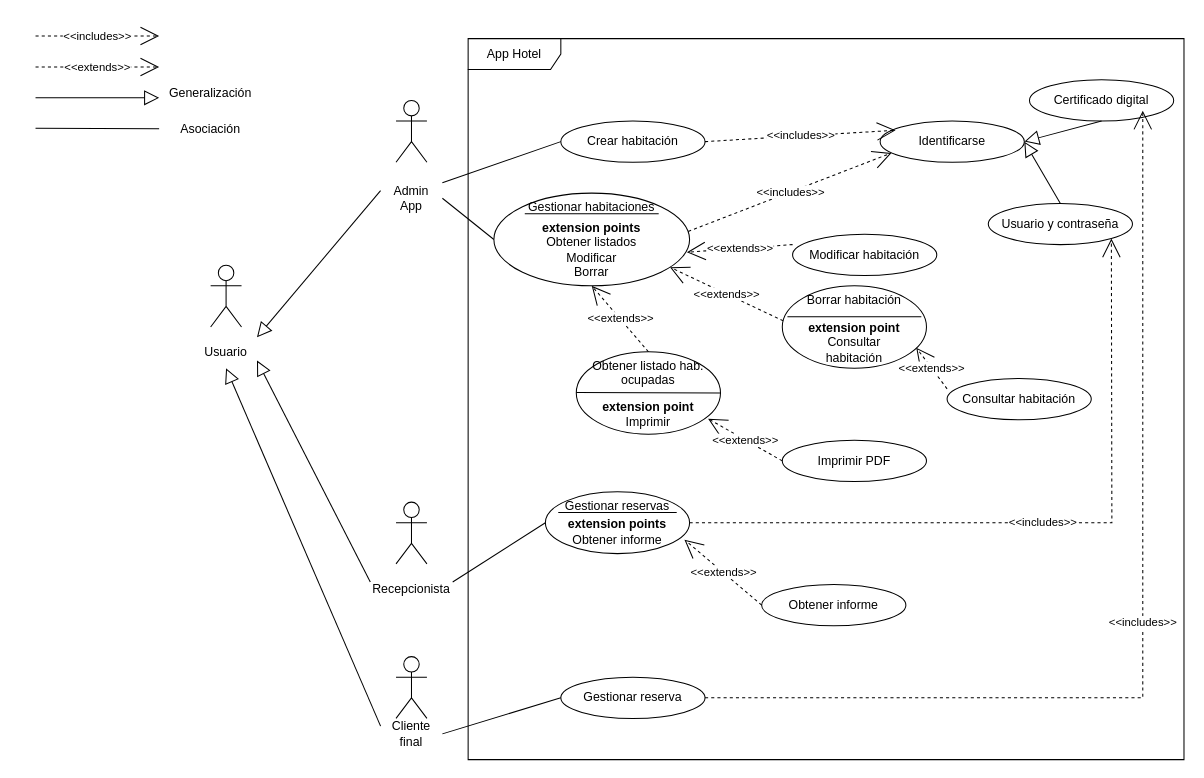
Above: U6T4.drawio in memfu/EntornosDesarrollo (draw.io), before the change. Source tidied: cells renumbered, new cells numbered last; positions are measured from the earlier drawing's top-left corner, leaving out a move shared by most shapes. Both pictures are drawn from the tidied source at 103%, with x=0, y=0 at pixel (35, 36).
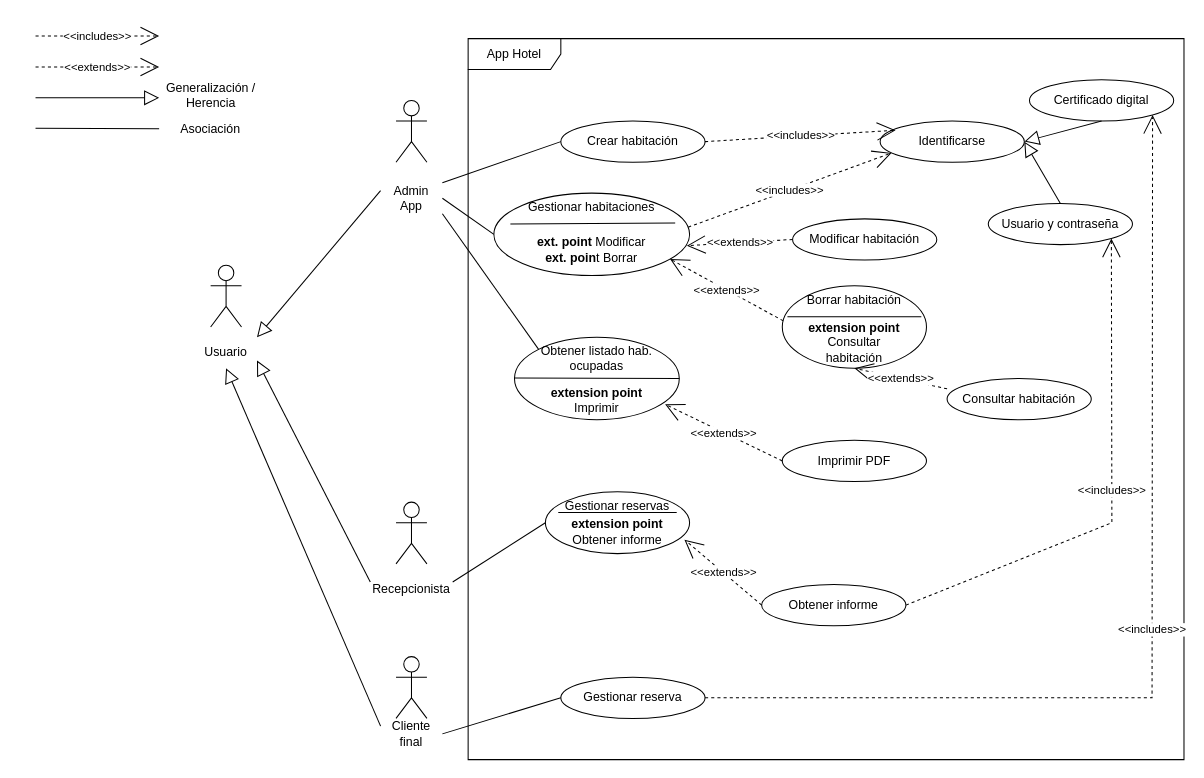
The same page after the edit.

The change refers to these unchanged cells:
```xml
<mxCell id="5" value="Admin App" style="text;strokeColor=none;align=center;fillColor=none;html=1;verticalAlign=middle;whiteSpace=wrap;rounded=0;" parent="1" vertex="1">
  <mxGeometry x="335" y="142" width="60" height="30" as="geometry" />
</mxCell>
<mxCell id="10" value="Usuario y contraseña" style="ellipse;whiteSpace=wrap;html=1;" parent="1" vertex="1">
  <mxGeometry x="925" y="162" width="140" height="40" as="geometry" />
</mxCell>
<mxCell id="11" value="Certificado digital" style="ellipse;whiteSpace=wrap;html=1;" parent="1" vertex="1">
  <mxGeometry x="965" y="42" width="140" height="40" as="geometry" />
</mxCell>
<mxCell id="21" value="Gestionar reservas" style="ellipse;whiteSpace=wrap;html=1;verticalAlign=top;" parent="1" vertex="1">
  <mxGeometry x="495" y="442" width="140" height="60" as="geometry" />
</mxCell>
<mxCell id="23" value="Gestionar reserva" style="ellipse;whiteSpace=wrap;html=1;" parent="1" vertex="1">
  <mxGeometry x="510" y="622" width="140" height="40" as="geometry" />
</mxCell>
<mxCell id="41" style="group;labelPosition=center;verticalLabelPosition=middle;align=center;verticalAlign=top;" parent="1" vertex="1">
  <mxGeometry x="495" y="152" width="140" height="90" as="geometry" />
</mxCell>
<mxCell id="49" value="Borrar habitación" style="ellipse;whiteSpace=wrap;html=1;verticalAlign=top;" parent="48" vertex="1">
  <mxGeometry width="140" height="80" as="geometry" />
</mxCell>
<mxCell id="53" value="Consultar habitación" style="ellipse;whiteSpace=wrap;html=1;" parent="1" vertex="1">
  <mxGeometry x="885" y="332" width="140" height="40" as="geometry" />
</mxCell>
<mxCell id="54" value="Obtener informe" style="ellipse;whiteSpace=wrap;html=1;" parent="1" vertex="1">
  <mxGeometry x="705" y="532" width="140" height="40" as="geometry" />
</mxCell>
```

The edit, as a diff of the source:
```diff
@@
     <mxCell id="16" style="group;" parent="1" vertex="1">
-      <mxGeometry x="525" y="306" width="140" height="80" as="geometry" />
+      <mxGeometry x="465" y="292" width="160" height="80" as="geometry" />
     </mxCell>
     <mxCell id="17" value="Obtener listado hab. ocupadas" style="ellipse;whiteSpace=wrap;html=1;verticalAlign=top;" parent="16" vertex="1">
-      <mxGeometry width="140" height="80" as="geometry" />
+      <mxGeometry width="160" height="80" as="geometry" />
     </mxCell>
     <mxCell id="18" value="&lt;div&gt;&lt;b&gt;extension point&lt;/b&gt;&lt;/div&gt;&lt;div&gt;Imprimir&lt;br&gt;&lt;/div&gt;" style="text;strokeColor=none;align=center;fillColor=none;html=1;verticalAlign=middle;whiteSpace=wrap;rounded=0;" parent="16" vertex="1">
-      <mxGeometry x="20" y="46" width="100" height="30" as="geometry" />
+      <mxGeometry x="22.9" y="46" width="114.3" height="30" as="geometry" />
     </mxCell>
@@
-    <mxCell id="22" value="&amp;lt;&amp;lt;includes&amp;gt;&amp;gt;" style="endArrow=open;endSize=16;endFill=0;html=1;rounded=0;exitX=1;exitY=0.5;exitDx=0;exitDy=0;dashed=1;entryX=1;entryY=1;entryDx=0;entryDy=0;" parent="1" edge="1" source="21" target="10">
+    <mxCell id="22" value="&amp;lt;&amp;lt;includes&amp;gt;&amp;gt;" style="endArrow=open;endSize=16;endFill=0;html=1;rounded=0;exitX=1;exitY=0.5;exitDx=0;exitDy=0;dashed=1;entryX=1;entryY=1;entryDx=0;entryDy=0;" parent="1" edge="1" source="54" target="10">
       <mxGeometry relative="1" as="geometry">
         <Array as="points">
           <mxPoint x="1045" y="472" />
         </Array>
       </mxGeometry>
     </mxCell>
@@
-    <mxCell id="37" value="Generalización" style="text;strokeColor=none;align=center;fillColor=none;html=1;verticalAlign=middle;whiteSpace=wrap;rounded=0;" parent="1" vertex="1">
-      <mxGeometry x="140" y="39.5" width="60" height="30" as="geometry" />
+    <mxCell id="37" value="Generalización / Herencia" style="text;strokeColor=none;align=center;fillColor=none;html=1;verticalAlign=middle;whiteSpace=wrap;rounded=0;" parent="1" vertex="1">
+      <mxGeometry x="122.5" y="42" width="95" height="30" as="geometry" />
     </mxCell>
@@
     <mxCell id="42" value="Gestionar habitaciones" style="ellipse;whiteSpace=wrap;html=1;verticalAlign=top;" parent="41" vertex="1">
-      <mxGeometry x="-50" width="190" height="90" as="geometry" />
+      <mxGeometry x="-50" width="190" height="80" as="geometry" />
     </mxCell>
-    <mxCell id="43" value="&lt;div&gt;&lt;b&gt;extension points&lt;/b&gt;&lt;/div&gt;&lt;div&gt;Obtener listados&lt;br&gt;&lt;/div&gt;&lt;div&gt;Modificar&lt;/div&gt;&lt;div&gt;Borrar&lt;br&gt;&lt;/div&gt;" style="text;strokeColor=none;align=center;fillColor=none;html=1;verticalAlign=middle;whiteSpace=wrap;rounded=0;" parent="41" vertex="1">
+    <mxCell id="43" value="&lt;div&gt;&lt;b&gt;ext. point&lt;/b&gt; Modificar&lt;/div&gt;&lt;div&gt;&lt;b&gt;ext. poin&lt;/b&gt;t Borrar&lt;br&gt;&lt;/div&gt;" style="text;strokeColor=none;align=center;fillColor=none;html=1;verticalAlign=middle;whiteSpace=wrap;rounded=0;" parent="41" vertex="1">
       <mxGeometry x="-20" y="40" width="130" height="30" as="geometry" />
     </mxCell>
     <mxCell id="44" style="edgeStyle=none;orthogonalLoop=1;jettySize=auto;html=1;rounded=0;endArrow=none;endFill=0;" parent="41" edge="1">
       <mxGeometry relative="1" as="geometry">
-        <mxPoint x="-20" y="20" as="sourcePoint" />
-        <mxPoint x="110" y="20" as="targetPoint" />
+        <mxPoint x="-34" y="30" as="sourcePoint" />
+        <mxPoint x="126" y="29" as="targetPoint" />
       </mxGeometry>
     </mxCell>
-    <mxCell id="45" value="&amp;lt;&amp;lt;extends&amp;gt;&amp;gt;" style="endArrow=open;endSize=16;endFill=0;html=1;rounded=0;dashed=1;entryX=0.986;entryY=0.638;entryDx=0;entryDy=0;exitX=0;exitY=0.25;exitDx=0;exitDy=0;entryPerimeter=0;exitPerimeter=0;" parent="1" edge="1" source="46" target="42">
+    <mxCell id="45" value="&amp;lt;&amp;lt;extends&amp;gt;&amp;gt;" style="endArrow=open;endSize=16;endFill=0;html=1;rounded=0;dashed=1;entryX=0.986;entryY=0.638;entryDx=0;entryDy=0;exitX=0;exitY=0.5;exitDx=0;exitDy=0;entryPerimeter=0;" parent="1" edge="1" source="46" target="42">
       <mxGeometry relative="1" as="geometry" />
     </mxCell>
     <mxCell id="46" value="Modificar habitación" style="ellipse;whiteSpace=wrap;html=1;" parent="1" vertex="1">
-      <mxGeometry x="735" y="192" width="140" height="40" as="geometry" />
+      <mxGeometry x="735" y="177" width="140" height="40" as="geometry" />
     </mxCell>
@@
-    <mxCell id="52" value="&amp;lt;&amp;lt;extends&amp;gt;&amp;gt;" style="endArrow=open;endSize=16;endFill=0;html=1;rounded=0;dashed=1;entryX=0.929;entryY=0.75;entryDx=0;entryDy=0;exitX=0;exitY=0.25;exitDx=0;exitDy=0;exitPerimeter=0;entryPerimeter=0;" parent="1" edge="1" source="53" target="49">
+    <mxCell id="52" value="&amp;lt;&amp;lt;extends&amp;gt;&amp;gt;" style="endArrow=open;endSize=16;endFill=0;html=1;rounded=0;dashed=1;entryX=0.5;entryY=1;entryDx=0;entryDy=0;exitX=0;exitY=0.25;exitDx=0;exitDy=0;exitPerimeter=0;" parent="1" edge="1" source="53" target="49">
       <mxGeometry relative="1" as="geometry" />
     </mxCell>
@@
-    <mxCell id="55" value="&amp;lt;&amp;lt;extends&amp;gt;&amp;gt;" style="endArrow=open;endSize=16;endFill=0;html=1;rounded=0;dashed=1;entryX=0.5;entryY=1;entryDx=0;entryDy=0;exitX=0.5;exitY=0;exitDx=0;exitDy=0;" parent="1" edge="1" source="17" target="42">
-      <mxGeometry relative="1" as="geometry" />
-    </mxCell>
-    <mxCell id="56" value="&lt;div&gt;&lt;b&gt;extension points&lt;/b&gt;&lt;/div&gt;&lt;div&gt;Obtener informe&lt;br&gt;&lt;/div&gt;" style="text;strokeColor=none;align=center;fillColor=none;html=1;verticalAlign=middle;whiteSpace=wrap;rounded=0;" parent="1" vertex="1">
+    <mxCell id="56" value="&lt;div&gt;&lt;b&gt;extension point&lt;/b&gt;&lt;/div&gt;&lt;div&gt;Obtener informe&lt;br&gt;&lt;/div&gt;" style="text;strokeColor=none;align=center;fillColor=none;html=1;verticalAlign=middle;whiteSpace=wrap;rounded=0;" parent="1" vertex="1">
       <mxGeometry x="500" y="466" width="130" height="30" as="geometry" />
     </mxCell>
@@
-    <mxCell id="59" value="&amp;lt;&amp;lt;includes&amp;gt;&amp;gt;" style="endArrow=open;endSize=16;endFill=0;html=1;rounded=0;exitX=1;exitY=0.5;exitDx=0;exitDy=0;dashed=1;" parent="1" edge="1" source="23">
+    <mxCell id="59" value="&amp;lt;&amp;lt;includes&amp;gt;&amp;gt;" style="endArrow=open;endSize=16;endFill=0;html=1;rounded=0;exitX=1;exitY=0.5;exitDx=0;exitDy=0;dashed=1;entryX=1;entryY=1;entryDx=0;entryDy=0;" parent="1" edge="1" source="23" target="11">
       <mxGeometry relative="1" as="geometry">
-        <mxPoint x="1075" y="72" as="targetPoint" />
         <Array as="points">
-          <mxPoint x="1075" y="642" />
+          <mxPoint x="1084" y="642" />
         </Array>
       </mxGeometry>
     </mxCell>
+    <mxCell id="60" style="endArrow=none;endFill=0;endSize=12;html=1;rounded=0;entryX=0;entryY=0;entryDx=0;entryDy=0;exitX=1;exitY=1;exitDx=0;exitDy=0;" parent="1" edge="1" source="5" target="17">
+      <mxGeometry relative="1" as="geometry" />
+    </mxCell>
```
